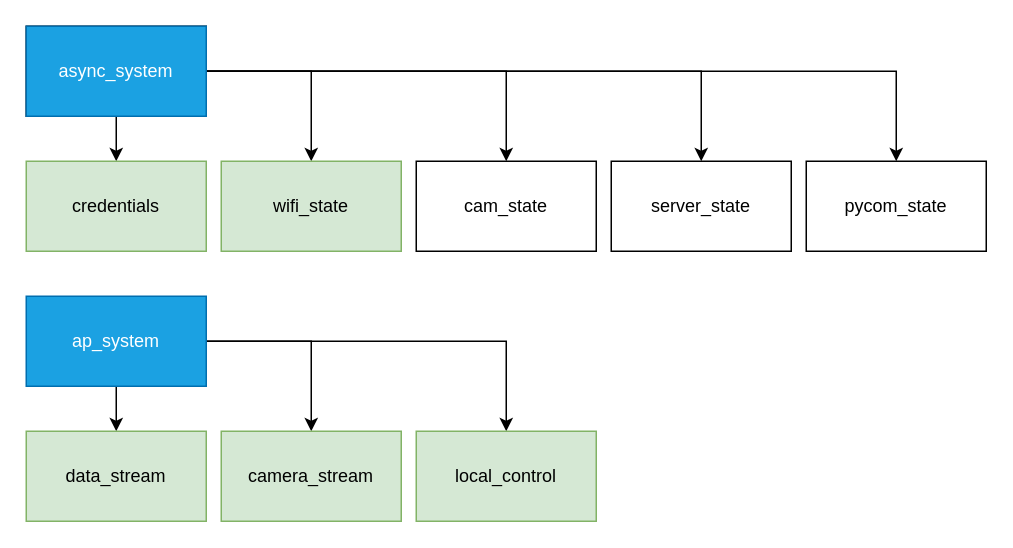
Above: design_files/asmon2021.drawio in marsex/workbench (draw.io), before the change. Source tidied: cells renumbered, new cells numbered last; positions are measured from the earlier drawing's top-left corner, leaving out a move shared by most shapes. Both pictures are drawn from the tidied source at 150%, with x=0, y=0 at pixel (26, 26).
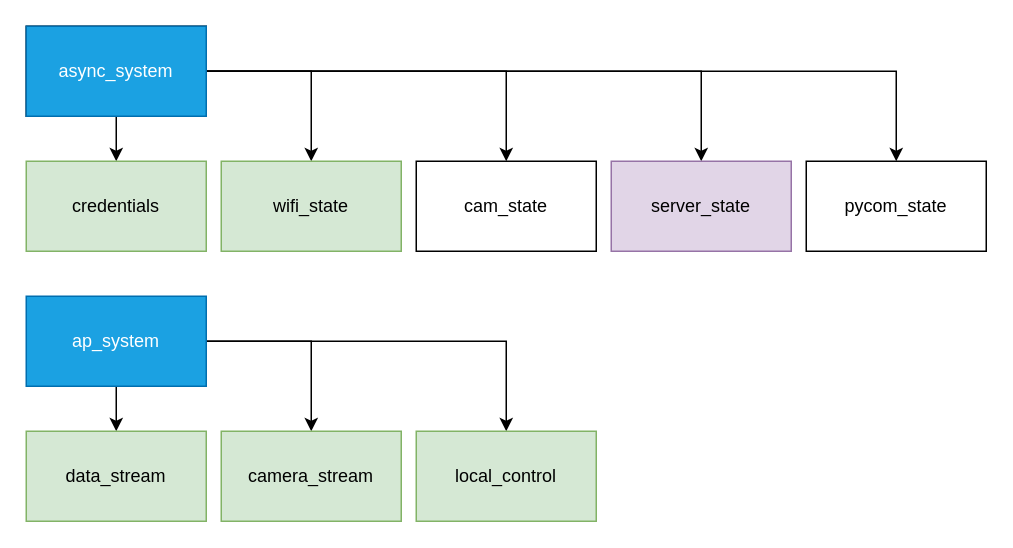
The same diagram, later.

Diff of the diagram source:
```diff
@@
-    <mxCell id="14" value="server_state" style="rounded=0;whiteSpace=wrap;html=1;" parent="1" vertex="1">
+    <mxCell id="14" value="server_state" style="rounded=0;whiteSpace=wrap;html=1;fillColor=#e1d5e7;strokeColor=#9673a6;" parent="1" vertex="1">
       <mxGeometry x="390" y="90" width="120" height="60" as="geometry" />
     </mxCell>
```
